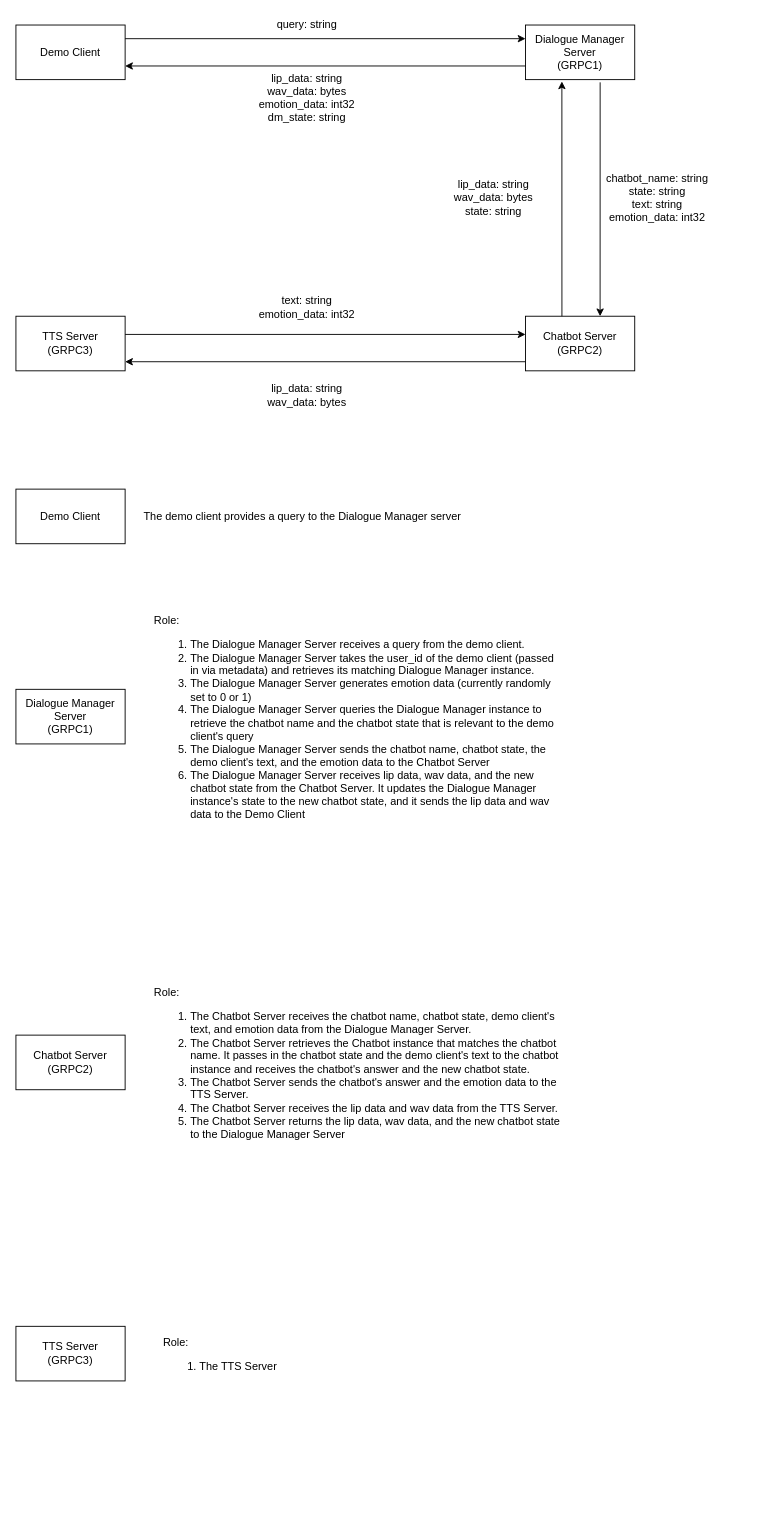
Above: Untitled Diagram.drawio in YoungHaYoo12/audio-grapher (draw.io), before the change. Source tidied: cells renumbered, new cells numbered last; positions are measured from the earlier drawing's top-left corner, leaving out a move shared by most shapes. Both pictures are drawn from the tidied source at 91%, with x=0, y=0 at pixel (15, 15).
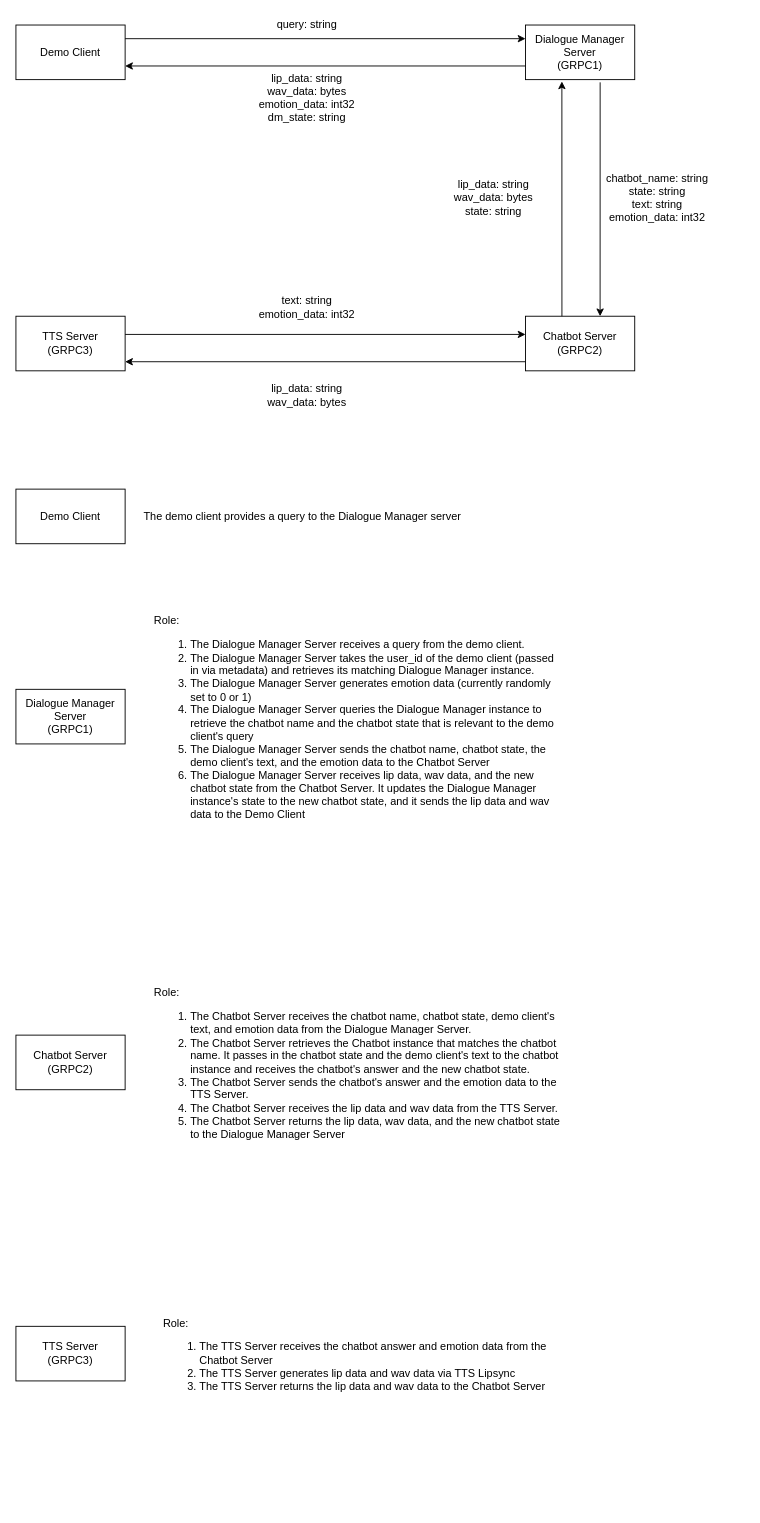
After the change.

Change to the diagram source:
```diff
@@
-    <mxCell id="26" value="&lt;br&gt;Role:&lt;br&gt;&lt;ol&gt;&lt;li&gt;The TTS Server&amp;nbsp;&lt;/li&gt;&lt;/ol&gt;" style="text;html=1;strokeColor=none;fillColor=none;align=left;verticalAlign=middle;whiteSpace=wrap;rounded=0;" parent="1" vertex="1">
+    <mxCell id="26" value="&lt;br&gt;Role:&lt;br&gt;&lt;ol&gt;&lt;li&gt;The TTS Server receives the chatbot answer and emotion data from the Chatbot Server&amp;nbsp;&lt;/li&gt;&lt;li&gt;The TTS Server generates lip data and wav data via TTS Lipsync&amp;nbsp;&lt;/li&gt;&lt;li&gt;The TTS Server returns the lip data and wav data to the Chatbot Server&amp;nbsp;&lt;/li&gt;&lt;/ol&gt;" style="text;html=1;strokeColor=none;fillColor=none;align=left;verticalAlign=middle;whiteSpace=wrap;rounded=0;" parent="1" vertex="1">
       <mxGeometry x="160" y="1300" width="450" height="340" as="geometry" />
     </mxCell>
```
